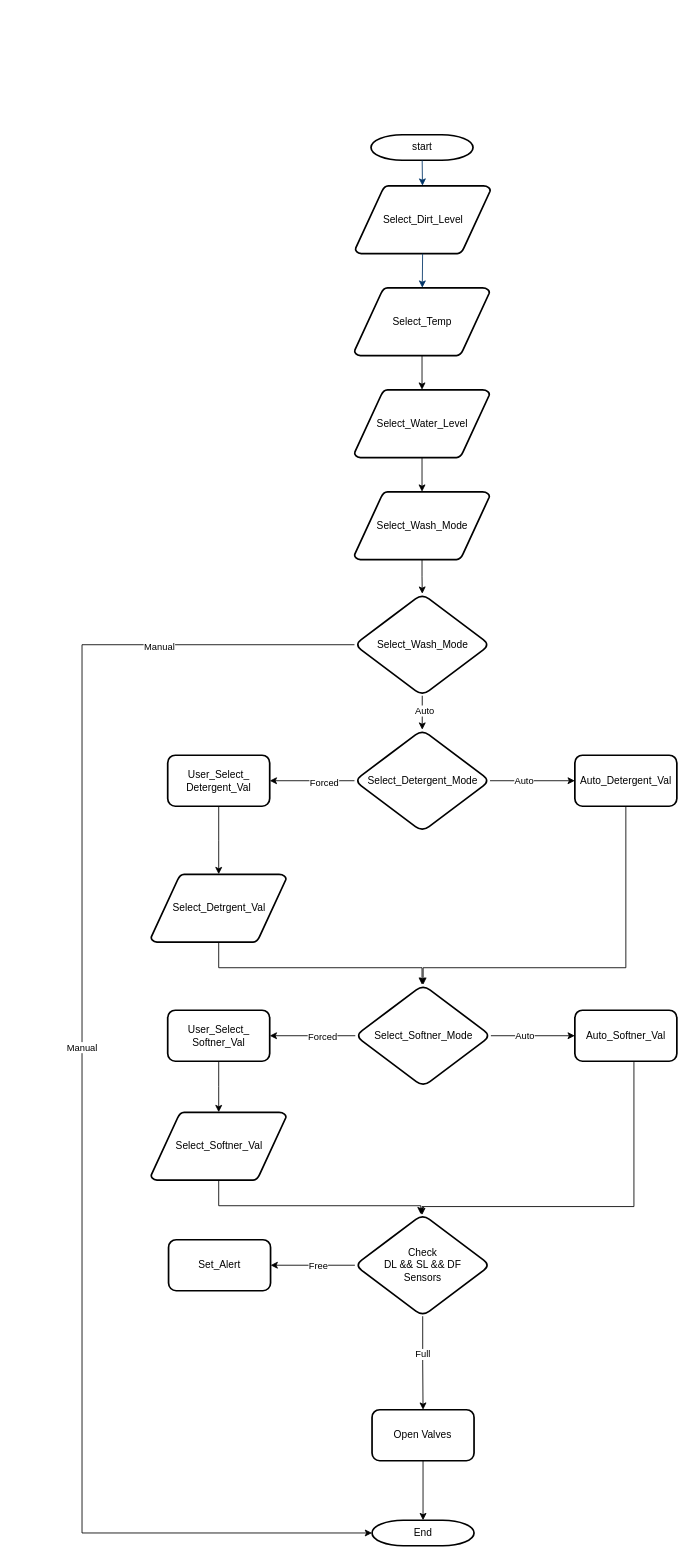
Before: WM_Auto_detergent.drawio in Ahmed-lniwehy/WM_Auto_Detergent, a draw.io diagram. Source tidied: cells renumbered, new cells numbered last; positions are measured from the earlier drawing's top-left corner, leaving out a move shared by most shapes. Both pictures are drawn from the tidied source at 85%, with x=0, y=0 at pixel (82, 134).
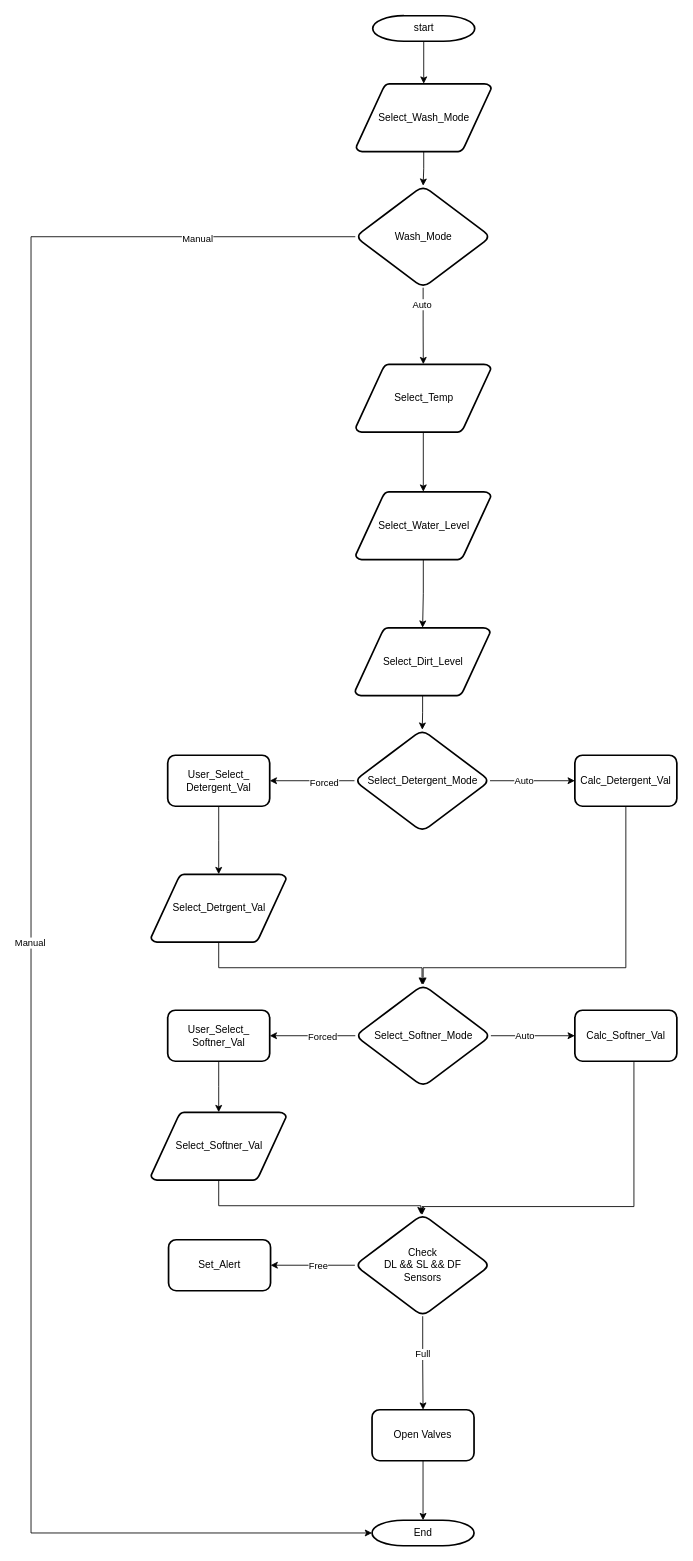
The same diagram, later.

Unchanged cells that the change refers to:
```xml
<mxCell id="22" value="Select_Detergent_Mode" style="rhombus;whiteSpace=wrap;html=1;strokeWidth=2;gradientColor=none;gradientDirection=north;fontStyle=0;rounded=1;" parent="1" vertex="1">
  <mxGeometry x="320.5" y="700" width="159.5" height="120" as="geometry" />
</mxCell>
<mxCell id="37" value="End" style="shape=mxgraph.flowchart.terminator;strokeWidth=2;gradientColor=none;gradientDirection=north;fontStyle=0;html=1;" parent="1" vertex="1">
  <mxGeometry x="341.2" y="1630" width="120" height="30" as="geometry" />
</mxCell>
```

The edit, as a diff of the source:
```diff
@@
+    <mxCell id="49" style="edgeStyle=orthogonalEdgeStyle;rounded=0;jettySize=auto;html=1;" parent="1" edge="1" source="2" target="11">
+      <mxGeometry relative="1" as="geometry" />
+    </mxCell>
     <mxCell id="2" value="start" style="shape=mxgraph.flowchart.terminator;strokeWidth=2;gradientColor=none;gradientDirection=north;fontStyle=0;html=1;" parent="1" vertex="1">
-      <mxGeometry x="340" width="120" height="30" as="geometry" />
+      <mxGeometry x="342" y="-140" width="120" height="30" as="geometry" />
     </mxCell>
+    <mxCell id="50" style="edgeStyle=orthogonalEdgeStyle;rounded=0;jettySize=auto;html=1;" parent="1" edge="1" source="3" target="22">
+      <mxGeometry relative="1" as="geometry" />
+    </mxCell>
     <mxCell id="3" value="Select_Dirt_Level" style="shape=mxgraph.flowchart.data;strokeWidth=2;gradientColor=none;gradientDirection=north;fontStyle=0;html=1;" parent="1" vertex="1">
-      <mxGeometry x="321.5" y="60" width="159" height="80" as="geometry" />
+      <mxGeometry x="321.2" y="580" width="159" height="80" as="geometry" />
     </mxCell>
@@
     <mxCell id="5" value="Select_Temp" style="shape=mxgraph.flowchart.data;strokeWidth=2;gradientColor=none;gradientDirection=north;fontStyle=0;html=1;" parent="1" vertex="1">
-      <mxGeometry x="320.5" y="180" width="159" height="80" as="geometry" />
+      <mxGeometry x="322" y="270" width="159" height="80" as="geometry" />
     </mxCell>
-    <mxCell id="6" style="fontStyle=1;strokeColor=#003366;strokeWidth=1;html=1;" parent="1" edge="1" source="2" target="3">
-      <mxGeometry relative="1" as="geometry" />
-    </mxCell>
-    <mxCell id="7" style="fontStyle=1;strokeColor=#003366;strokeWidth=1;html=1;" parent="1" edge="1" source="3" target="5">
-      <mxGeometry relative="1" as="geometry" />
-    </mxCell>
-    <mxCell id="8" style="edgeStyle=orthogonalEdgeStyle;rounded=0;jettySize=auto;html=1;" parent="1" edge="1" source="9" target="11">
-      <mxGeometry relative="1" as="geometry" />
-    </mxCell>
+    <mxCell id="51" style="edgeStyle=orthogonalEdgeStyle;rounded=0;jettySize=auto;html=1;" parent="1" edge="1" source="9" target="3">
+      <mxGeometry relative="1" as="geometry" />
+    </mxCell>
     <mxCell id="9" value="Select_Water_Level" style="shape=mxgraph.flowchart.data;strokeWidth=2;gradientColor=none;gradientDirection=north;fontStyle=0;html=1;" parent="1" vertex="1">
-      <mxGeometry x="320.5" y="300" width="159" height="80" as="geometry" />
+      <mxGeometry x="322" y="420" width="159" height="80" as="geometry" />
     </mxCell>
-    <mxCell id="10" style="edgeStyle=orthogonalEdgeStyle;rounded=0;jettySize=auto;html=1;" parent="1" edge="1" source="11" target="17">
-      <mxGeometry relative="1" as="geometry" />
-    </mxCell>
-    <mxCell id="11" value="Select_Wash_Mode" style="shape=mxgraph.flowchart.data;strokeWidth=2;gradientColor=none;gradientDirection=north;fontStyle=0;html=1;" parent="1" vertex="1">
-      <mxGeometry x="320.5" y="420" width="159" height="80" as="geometry" />
-    </mxCell>
-    <mxCell id="12" style="edgeStyle=orthogonalEdgeStyle;rounded=0;jettySize=auto;html=1;" parent="1" edge="1" source="17" target="22">
-      <mxGeometry relative="1" as="geometry" />
-    </mxCell>
-    <mxCell id="13" value="Auto" style="edgeLabel;html=1;align=center;verticalAlign=middle;" parent="12" vertex="1">
-      <mxGeometry x="-0.17" y="2" relative="1" as="geometry" />
-    </mxCell>
-    <mxCell id="14" style="edgeStyle=orthogonalEdgeStyle;rounded=0;jettySize=auto;html=1;entryX=0;entryY=0.5;entryDx=0;entryDy=0;entryPerimeter=0;exitX=0;exitY=0.5;exitDx=0;exitDy=0;" parent="1" edge="1" source="17" target="37">
-      <mxGeometry relative="1" as="geometry">
-        <Array as="points">
-          <mxPoint y="600" />
-          <mxPoint y="1645" />
-        </Array>
-      </mxGeometry>
-    </mxCell>
-    <mxCell id="15" value="Manual" style="edgeLabel;html=1;align=center;verticalAlign=middle;" parent="14" vertex="1">
-      <mxGeometry x="-0.73" y="2" relative="1" as="geometry" />
-    </mxCell>
-    <mxCell id="16" value="Manual" style="edgeLabel;html=1;align=center;verticalAlign=middle;" parent="14" vertex="1">
-      <mxGeometry x="-0.07" y="-1" relative="1" as="geometry" />
-    </mxCell>
-    <mxCell id="17" value="Select_Wash_Mode" style="rhombus;whiteSpace=wrap;html=1;strokeWidth=2;gradientColor=none;gradientDirection=north;fontStyle=0;rounded=1;" parent="1" vertex="1">
-      <mxGeometry x="320.5" y="540" width="159.5" height="120" as="geometry" />
-    </mxCell>
@@
-    <mxCell id="24" value="Auto_Detergent_Val" style="whiteSpace=wrap;html=1;strokeWidth=2;gradientColor=none;gradientDirection=north;fontStyle=0;rounded=1;" parent="1" vertex="1">
+    <mxCell id="24" value="Calc_Detergent_Val" style="whiteSpace=wrap;html=1;strokeWidth=2;gradientColor=none;gradientDirection=north;fontStyle=0;rounded=1;" parent="1" vertex="1">
       <mxGeometry x="579.8" y="730" width="120" height="60" as="geometry" />
     </mxCell>
@@
-    <mxCell id="41" value="Auto_Softner_Val" style="whiteSpace=wrap;html=1;strokeWidth=2;gradientColor=none;gradientDirection=north;fontStyle=0;rounded=1;" parent="1" vertex="1">
+    <mxCell id="41" value="Calc_Softner_Val" style="whiteSpace=wrap;html=1;strokeWidth=2;gradientColor=none;gradientDirection=north;fontStyle=0;rounded=1;" parent="1" vertex="1">
       <mxGeometry x="579.8" y="1030" width="120" height="60" as="geometry" />
     </mxCell>
@@
+    <mxCell id="52" style="edgeStyle=orthogonalEdgeStyle;rounded=0;jettySize=auto;html=1;entryX=0;entryY=0.5;entryDx=0;entryDy=0;entryPerimeter=0;" parent="1" edge="1" source="56" target="37">
+      <mxGeometry relative="1" as="geometry">
+        <Array as="points">
+          <mxPoint x="-60" y="120" />
+          <mxPoint x="-60" y="1645" />
+        </Array>
+      </mxGeometry>
+    </mxCell>
+    <mxCell id="53" value="Manual" style="edgeLabel;html=1;align=center;verticalAlign=middle;" parent="52" vertex="1">
+      <mxGeometry x="-0.84" y="2" relative="1" as="geometry">
+        <mxPoint x="-1" as="offset" />
+      </mxGeometry>
+    </mxCell>
+    <mxCell id="54" value="Manual" style="edgeLabel;html=1;align=center;verticalAlign=middle;" parent="52" vertex="1">
+      <mxGeometry x="0.05" y="-2" relative="1" as="geometry" />
+    </mxCell>
+    <mxCell id="55" style="edgeStyle=orthogonalEdgeStyle;rounded=0;jettySize=auto;html=1;" parent="1" edge="1" source="56" target="5">
+      <mxGeometry relative="1" as="geometry" />
+    </mxCell>
+    <mxCell id="13" value="Auto" style="edgeLabel;html=1;align=center;verticalAlign=middle;" parent="55" vertex="1">
+      <mxGeometry x="-0.55" y="-2" relative="1" as="geometry" />
+    </mxCell>
+    <mxCell id="56" value="Wash_Mode" style="rhombus;whiteSpace=wrap;html=1;strokeWidth=2;gradientColor=none;gradientDirection=north;fontStyle=0;rounded=1;" parent="1" vertex="1">
+      <mxGeometry x="321.5" y="60" width="159.5" height="120" as="geometry" />
+    </mxCell>
+    <mxCell id="57" style="edgeStyle=orthogonalEdgeStyle;rounded=0;jettySize=auto;html=1;" parent="1" edge="1" source="11" target="56">
+      <mxGeometry relative="1" as="geometry" />
+    </mxCell>
+    <mxCell id="11" value="Select_Wash_Mode" style="shape=mxgraph.flowchart.data;strokeWidth=2;gradientColor=none;gradientDirection=north;fontStyle=0;html=1;" parent="1" vertex="1">
+      <mxGeometry x="322.5" y="-60" width="159" height="80" as="geometry" />
+    </mxCell>
```
